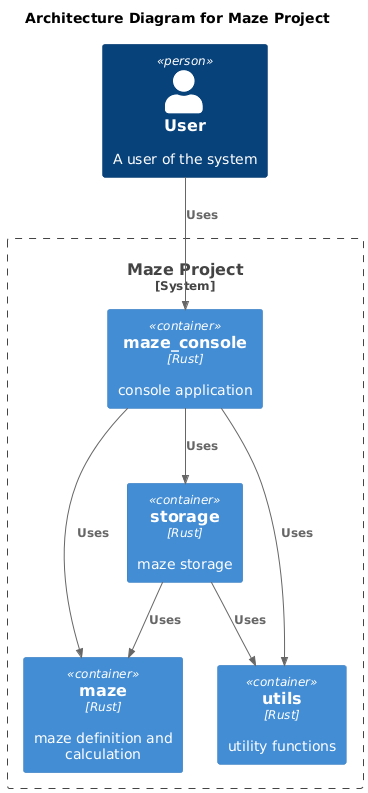
Earlier version of the PlantUML export docs/diagrams/architecture.png (budgiedownunder/maze).
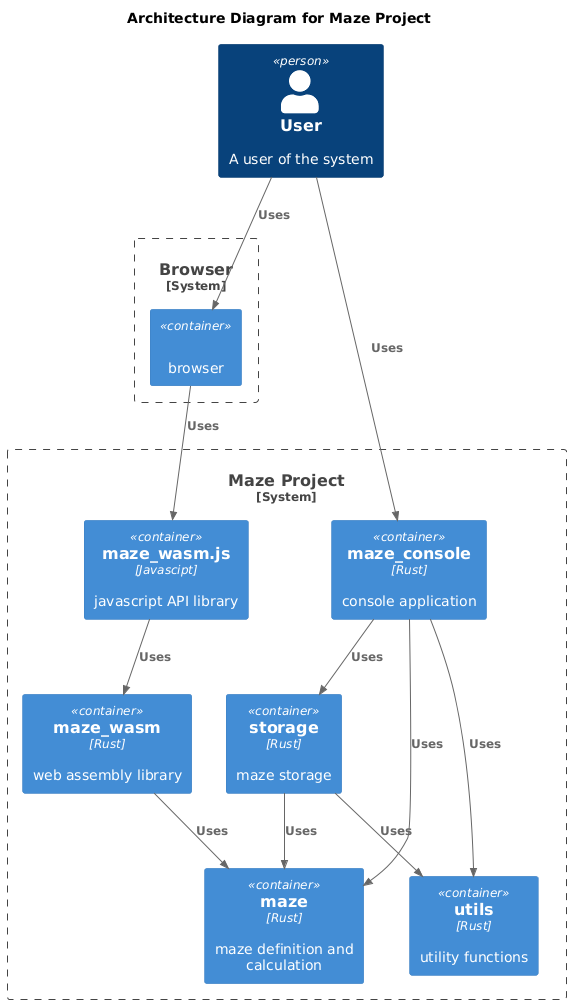
Later version of the same file.

Commit message:
Merge branch 'create_maze_masm' into 'main' branch (#6)

Change to the diagram source:
```diff
@@ -5,7 +5,14 @@
 title Architecture Diagram for Maze Project
 
 Person(user, "User", "A user of the system")
-System_Boundary(c1, "Maze Project") {
+
+System_Boundary(c1, "Browser") {
+    Container(browser, "", "", "browser")
+}
+
+System_Boundary(c2, "Maze Project") {
+    Container(maze_wasm_js, "maze_wasm.js", "Javascipt", "javascript API library")
+    Container(maze_wasm, "maze_wasm", "Rust", "web assembly library")
     Container(maze_console, "maze_console", "Rust", "console application")
     Container(storage, "storage", "Rust", "maze storage")
     Container(maze, "maze", "Rust", "maze definition and calculation")
@@ -16,6 +23,11 @@
 Rel(maze_console, maze, "Uses")
 Rel(maze_console, storage, "Uses")
 Rel(maze_console, utils, "Uses")
+Rel(user, browser, "Uses")
+Rel(browser, maze_wasm_js, "Uses")
+Rel(maze_wasm_js, maze_wasm, "Uses")
+Rel(maze_wasm, maze, "Uses")
 Rel(storage, maze, "Uses")
 Rel(storage, utils, "Uses")
+
 @enduml
```
